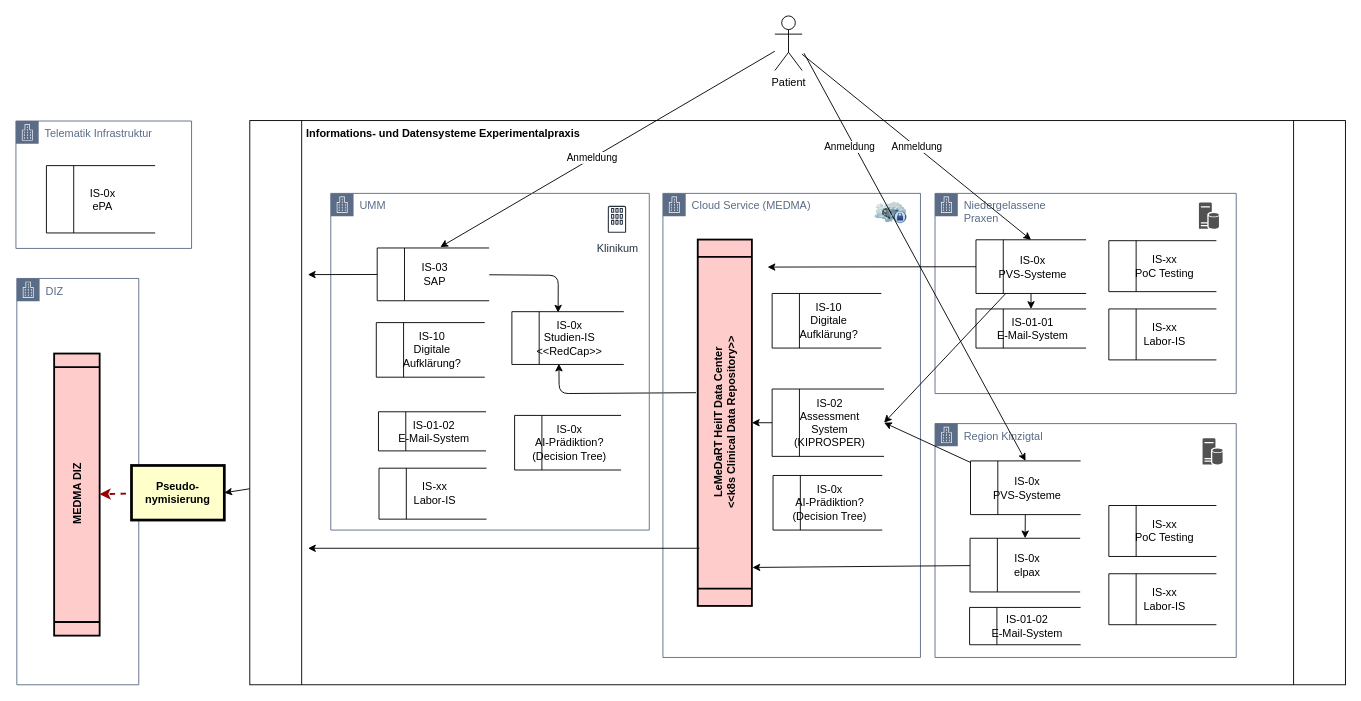
Above: page "ETL-UC2-Prevention_DatenManagement" (3 of 5) of assets/images/ETL-Use-Cases-LeMeDaRT.drawio in HIL-Open-Innovation-Lab/ETL-UseCases-LeMeDaRT (draw.io), before the change. Source tidied: cells renumbered, new cells numbered last; positions are measured from the earlier drawing's top-left corner, leaving out a move shared by most shapes. Both pictures are drawn from the tidied source at 91%, with x=0, y=0 at pixel (-65, 15).
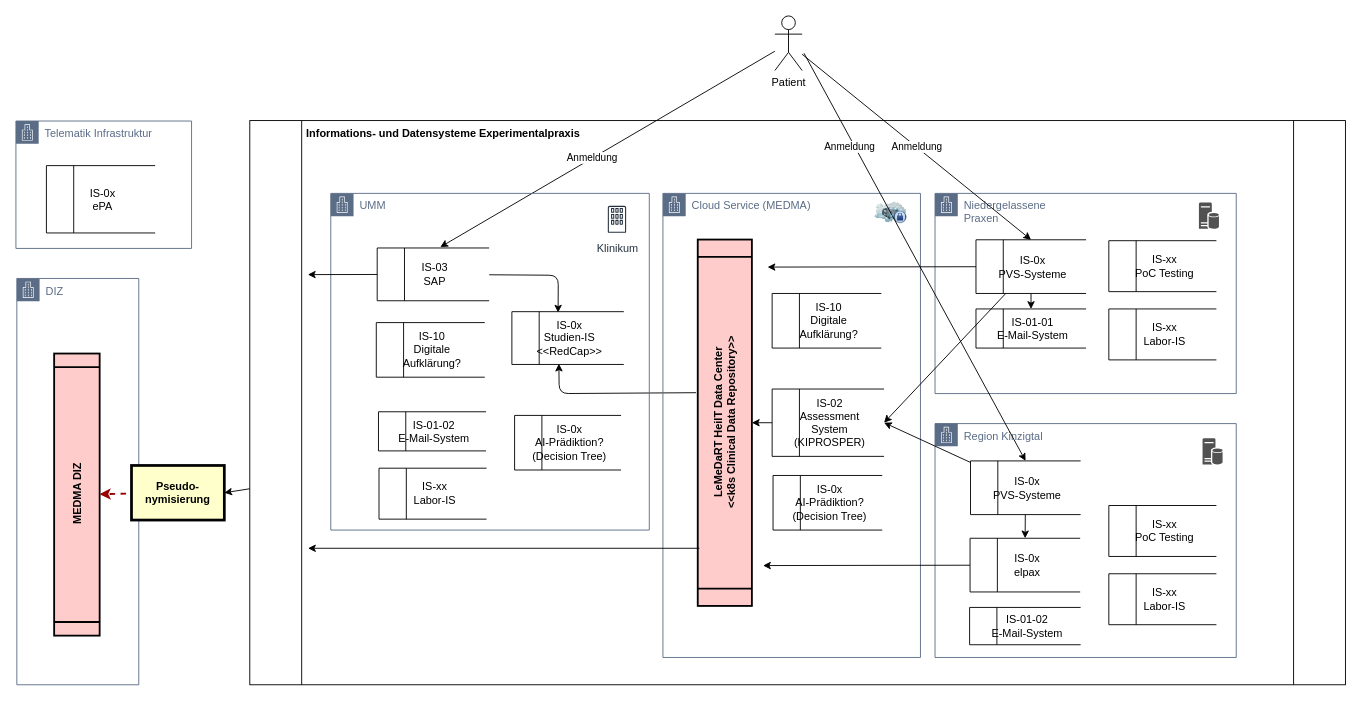
After the change.

The change refers to these unchanged cells:
```xml
<mxCell id="5" value="LeMeDaRT HeiIT Data Center&#10;&lt;&lt;k8s Clinical Data Repository&gt;&gt;" style="shape=process;whiteSpace=wrap;align=center;verticalAlign=middle;size=0.0475;fontStyle=1;strokeWidth=2;fillColor=#FFCCCC;rotation=-90;" parent="1" vertex="1">
  <mxGeometry x="665.7" y="417.3" width="402.6" height="59.5" as="geometry" />
</mxCell>
<mxCell id="40" value="&lt;div&gt;IS-0x&lt;/div&gt;&lt;div&gt;elpax&lt;/div&gt;" style="html=1;dashed=0;whitespace=wrap;shape=mxgraph.dfd.dataStoreID;align=center;spacingLeft=3;points=[[0,0],[0.5,0],[1,0],[0,0.5],[1,0.5],[0,1],[0.5,1],[1,1]];verticalAlign=middle;" parent="1" vertex="1">
  <mxGeometry x="1136.5" y="574" width="121" height="59" as="geometry" />
</mxCell>
```

What changed in the source:
```diff
@@
-    <mxCell id="39" style="edgeStyle=none;html=1;entryX=0.105;entryY=1.011;entryDx=0;entryDy=0;entryPerimeter=0;" parent="1" edge="1" source="40" target="5">
-      <mxGeometry relative="1" as="geometry" />
+    <mxCell id="39" style="edgeStyle=none;html=1;" parent="1" edge="1" source="40">
+      <mxGeometry relative="1" as="geometry">
+        <mxPoint x="909" y="604" as="targetPoint" />
+      </mxGeometry>
     </mxCell>
```
